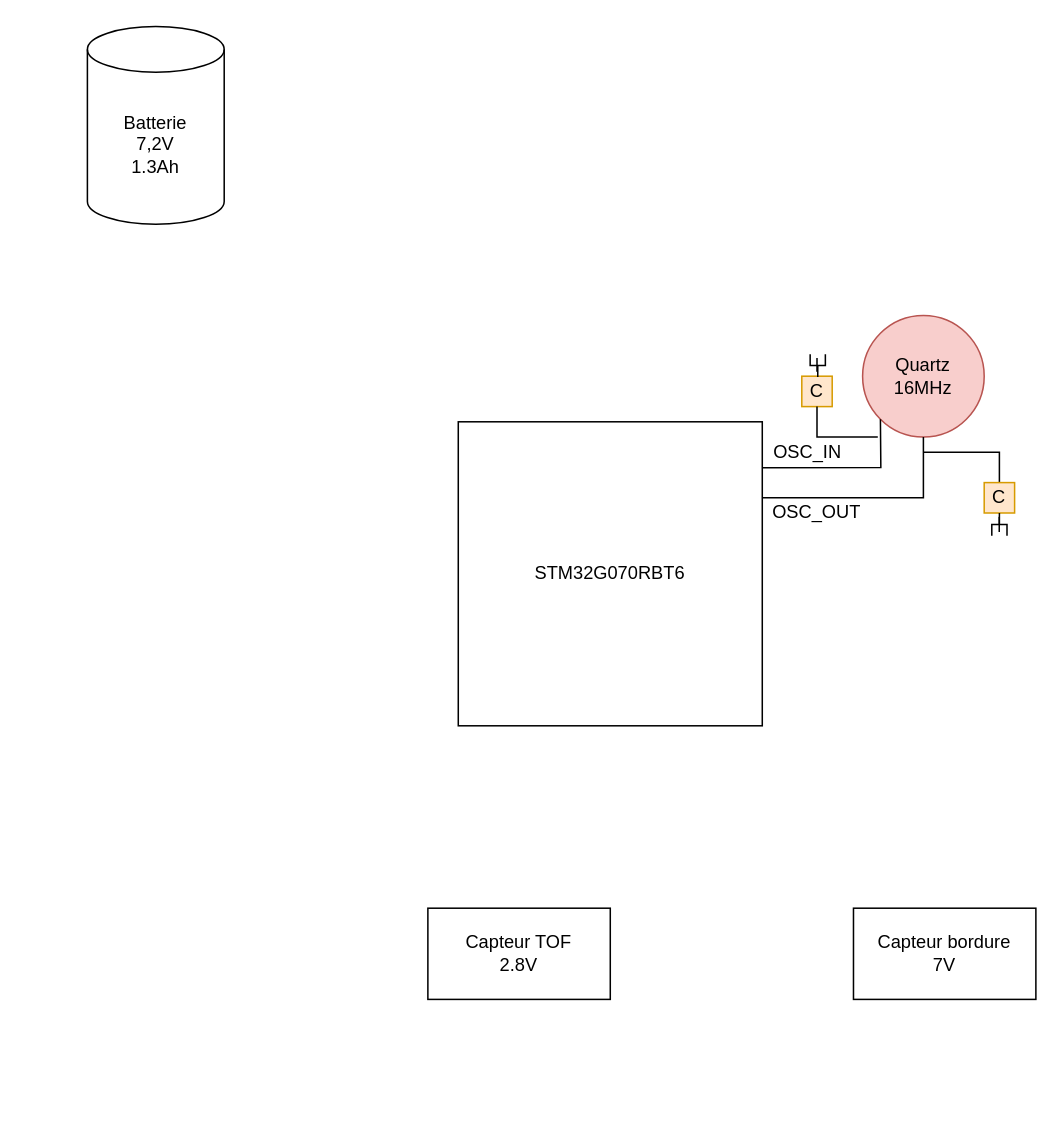
Artpel1805/Beerator keeps this draw.io diagram as Diagramme sans nom.drawio. Above is the earlier version. Source tidied: cells renumbered, new cells numbered last; positions are measured from the earlier drawing's top-left corner, leaving out a move shared by most shapes. Both pictures are drawn from the tidied source at 152%, with x=0, y=0 at pixel (87, 26).
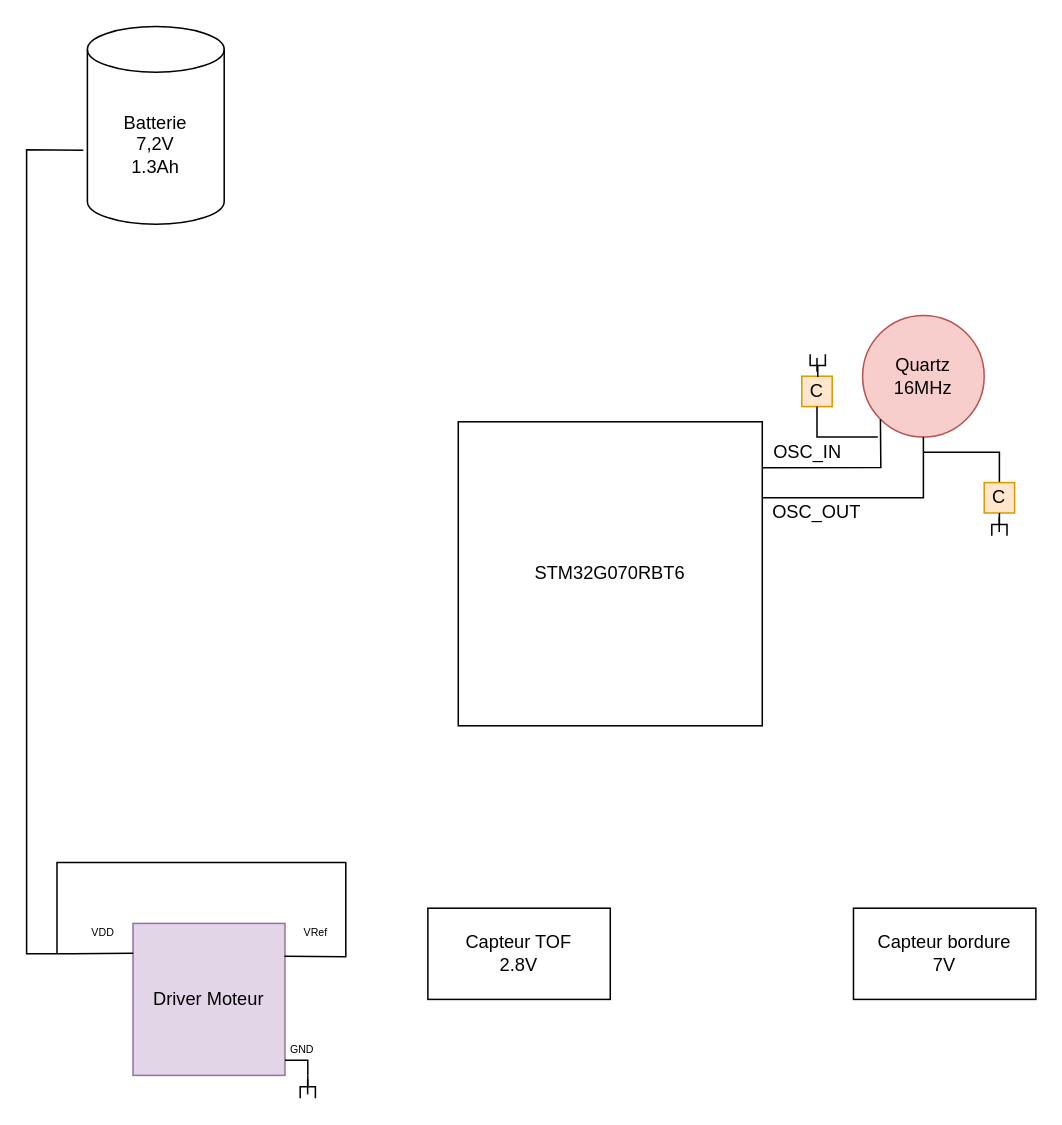
Above is the later version.

The change refers to these unchanged cells:
```xml
<mxCell id="2" value="Batterie&lt;br&gt;7,2V&lt;br&gt;1.3Ah" style="shape=cylinder3;whiteSpace=wrap;html=1;boundedLbl=1;backgroundOutline=1;size=15;" parent="1" vertex="1">
  <mxGeometry width="90" height="130" as="geometry" />
</mxCell>
```

The edit, as a diff of the source:
```diff
@@
+    <mxCell id="21" value="Driver Moteur" style="whiteSpace=wrap;html=1;strokeWidth=1;fillColor=#e1d5e7;strokeColor=#9673a6;" parent="1" vertex="1">
+      <mxGeometry x="30" y="590" width="100" height="100" as="geometry" />
+    </mxCell>
@@
+    <mxCell id="22" style="group;" parent="1" vertex="1">
+      <mxGeometry x="140" y="690" width="10" height="15" as="geometry" />
+    </mxCell>
+    <mxCell id="23" style="strokeWidth=1;html=1;shape=mxgraph.flowchart.annotation_2;align=left;labelPosition=right;rotation=90;" parent="22" vertex="1">
+      <mxGeometry x="-2.5" y="2.5" width="15" height="10" as="geometry" />
+    </mxCell>
+    <mxCell id="24" style="endArrow=none;html=1;rounded=0;" parent="22" edge="1">
+      <mxGeometry relative="1" as="geometry">
+        <mxPoint x="4.9" y="12.5" as="sourcePoint" />
+        <mxPoint x="4.9" y="2.5" as="targetPoint" />
+        <Array as="points">
+          <mxPoint x="4.9" y="2.5" />
+        </Array>
+      </mxGeometry>
+    </mxCell>
@@
+    <mxCell id="25" style="endArrow=none;html=1;rounded=0;entryX=0;entryY=0.5;entryDx=0;entryDy=0;entryPerimeter=0;" parent="1" edge="1" target="23">
+      <mxGeometry relative="1" as="geometry">
+        <mxPoint x="130" y="680" as="sourcePoint" />
+        <Array as="points">
+          <mxPoint x="145" y="680" />
+        </Array>
+      </mxGeometry>
+    </mxCell>
+    <mxCell id="26" value="&lt;font style=&quot;font-size: 7px;&quot;&gt;GND&lt;/font&gt;" style="text;html=1;align=center;verticalAlign=middle;strokeColor=none;fillColor=none;" parent="1" vertex="1">
+      <mxGeometry x="121" y="657" width="40" height="30" as="geometry" />
+    </mxCell>
+    <mxCell id="27" value="&lt;font style=&quot;font-size: 7px;&quot;&gt;VDD&lt;/font&gt;" style="text;html=1;align=center;verticalAlign=middle;strokeColor=none;fillColor=none;" parent="1" vertex="1">
+      <mxGeometry x="-10" y="580" width="40" height="30" as="geometry" />
+    </mxCell>
+    <mxCell id="28" style="endArrow=none;html=1;rounded=0;fontSize=7;exitX=-0.03;exitY=0.626;exitDx=0;exitDy=0;exitPerimeter=0;entryX=0.002;entryY=0.197;entryDx=0;entryDy=0;entryPerimeter=0;" parent="1" edge="1" source="2" target="21">
+      <mxGeometry relative="1" as="geometry">
+        <Array as="points">
+          <mxPoint x="-40" y="81" />
+          <mxPoint x="-40" y="610" />
+          <mxPoint x="-10" y="610" />
+        </Array>
+      </mxGeometry>
+    </mxCell>
+    <mxCell id="29" value="&lt;font style=&quot;font-size: 7px;&quot;&gt;VRef&lt;/font&gt;" style="text;html=1;align=center;verticalAlign=middle;points=[];strokeColor=none;fillColor=none;" parent="1" vertex="1">
+      <mxGeometry x="130" y="580" width="40" height="30" as="geometry" />
+    </mxCell>
+    <mxCell id="30" style="endArrow=none;html=1;rounded=0;fontSize=7;entryX=-0.009;entryY=1.054;entryDx=0;entryDy=0;entryPerimeter=0;" parent="1" edge="1" target="29">
+      <mxGeometry relative="1" as="geometry">
+        <mxPoint x="-20" y="610" as="sourcePoint" />
+        <Array as="points">
+          <mxPoint x="-20" y="550" />
+          <mxPoint x="170" y="550" />
+          <mxPoint x="170" y="612" />
+        </Array>
+      </mxGeometry>
+    </mxCell>
```
